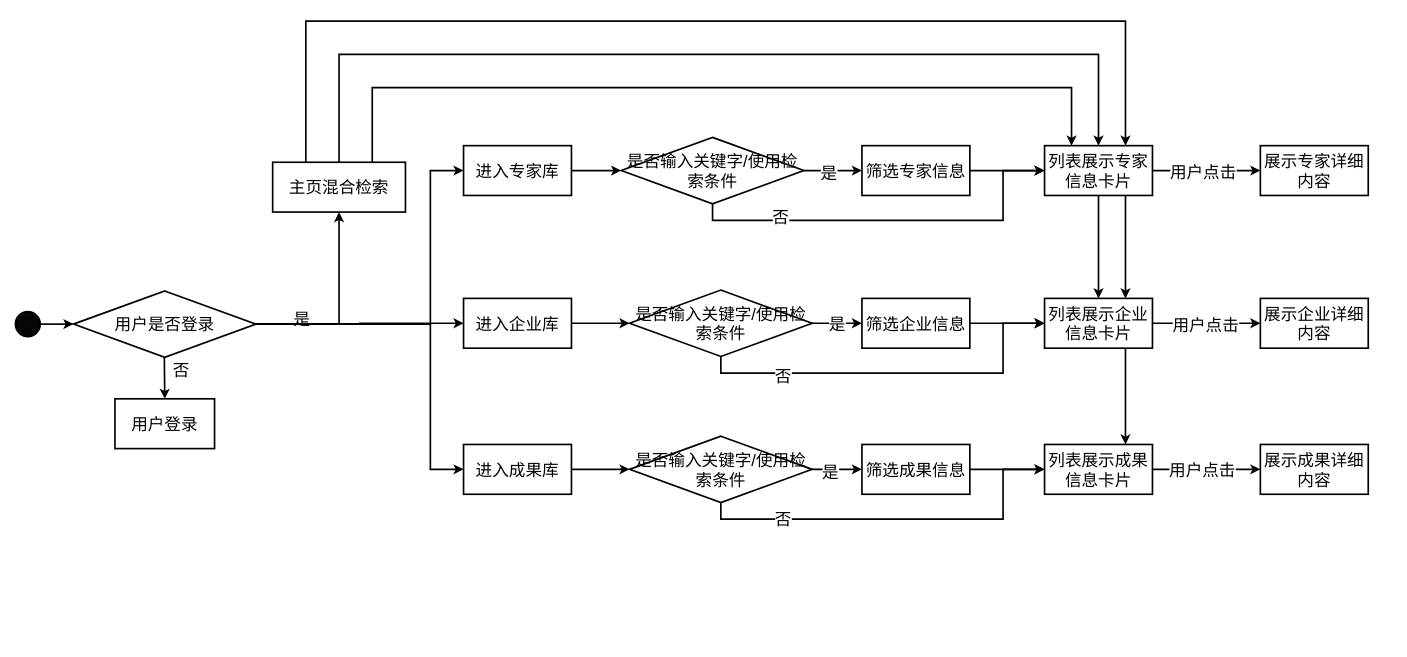
Before: 2024-BUAA-SE/需求规格书/信息检索模块-业务流程.drawio in jongsh/drawio, a draw.io diagram. Source tidied: cells renumbered, new cells numbered last; positions are measured from the earlier drawing's top-left corner, leaving out a move shared by most shapes. Both pictures are drawn from the tidied source at 83%, with x=0, y=0 at pixel (15, 21).
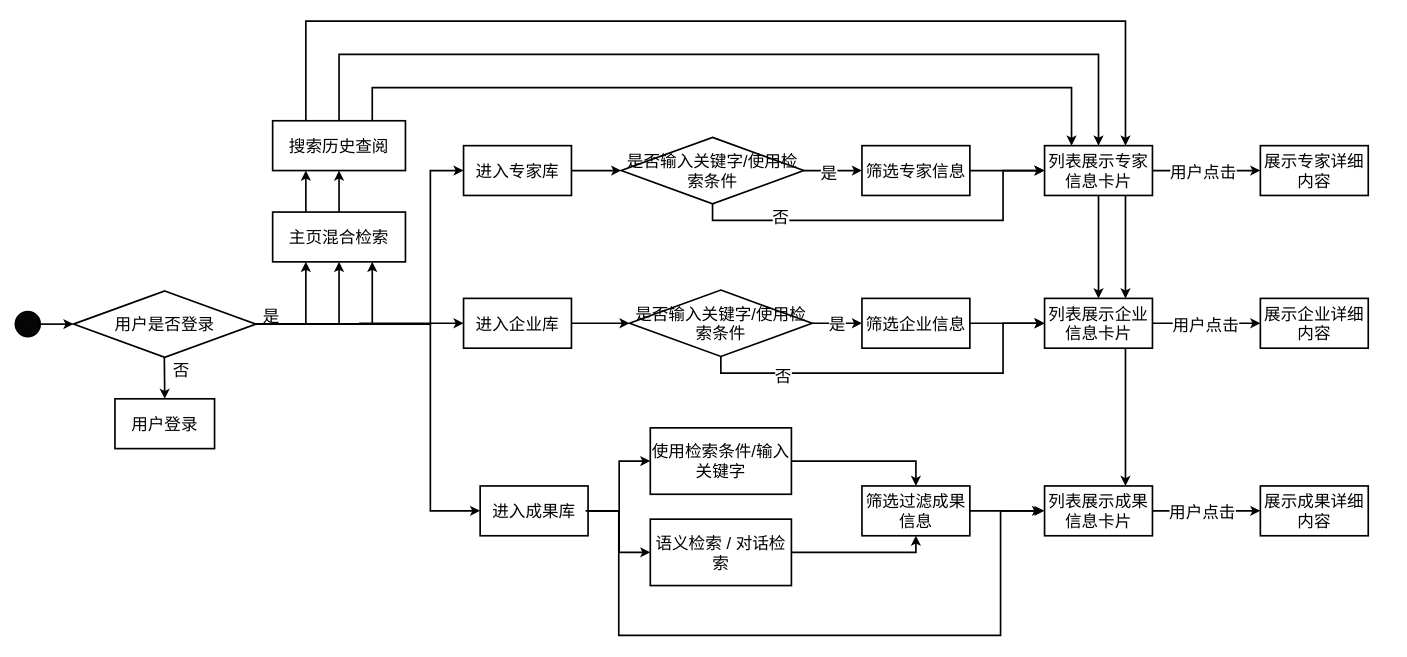
The same page after the edit.

Commit message:
更新信息检索模块-业务流程.drawio

The change refers to these unchanged cells:
```xml
<mxCell id="8" value="&lt;font style=&quot;font-size: 20px;&quot;&gt;用户是否登录&lt;/font&gt;" style="rhombus;whiteSpace=wrap;html=1;strokeWidth=2;fontSize=20;" parent="1" vertex="1">
  <mxGeometry x="70" y="325" width="220" height="80" as="geometry" />
</mxCell>
<mxCell id="21" value="&lt;font style=&quot;font-size: 20px;&quot;&gt;进入成果库&lt;/font&gt;" style="rounded=0;whiteSpace=wrap;html=1;strokeWidth=2;fontSize=20;" parent="20" vertex="1">
  <mxGeometry width="130" height="60" as="geometry" />
</mxCell>
<mxCell id="48" value="&lt;font style=&quot;font-size: 20px;&quot;&gt;列表展示成果信息卡片&lt;/font&gt;" style="rounded=0;whiteSpace=wrap;html=1;strokeWidth=2;fontSize=20;" parent="47" vertex="1">
  <mxGeometry width="130" height="60" as="geometry" />
</mxCell>
```

Change to the diagram source:
```diff
@@
-    <mxCell id="4" style="edgeStyle=orthogonalEdgeStyle;rounded=0;jettySize=auto;html=1;exitX=1;exitY=0.5;exitDx=0;exitDy=0;entryX=0.5;entryY=1;entryDx=0;entryDy=0;fontSize=20;strokeWidth=2;" parent="1" edge="1" source="8" target="15">
-      <mxGeometry relative="1" as="geometry" />
-    </mxCell>
-    <mxCell id="5" value="是" style="edgeLabel;html=1;align=center;verticalAlign=middle;fontSize=20;" parent="4" vertex="1">
-      <mxGeometry x="-0.55" y="8" relative="1" as="geometry">
-        <mxPoint x="1" as="offset" />
-      </mxGeometry>
-    </mxCell>
+    <mxCell id="7" style="edgeStyle=orthogonalEdgeStyle;rounded=0;orthogonalLoop=1;jettySize=auto;html=1;exitX=1;exitY=0.5;exitDx=0;exitDy=0;entryX=0;entryY=0.5;entryDx=0;entryDy=0;fontSize=20;strokeWidth=2;" parent="1" edge="1">
+      <mxGeometry relative="1" as="geometry">
+        <mxPoint x="290" y="365" as="sourcePoint" />
+        <mxPoint x="540" y="180" as="targetPoint" />
+        <Array as="points">
+          <mxPoint x="500" y="365" />
+          <mxPoint x="500" y="180" />
+        </Array>
+      </mxGeometry>
+    </mxCell>
-    <mxCell id="6" style="edgeStyle=orthogonalEdgeStyle;rounded=0;jettySize=auto;html=1;exitX=1;exitY=0.5;exitDx=0;exitDy=0;entryX=0;entryY=0.5;entryDx=0;entryDy=0;fontSize=20;strokeWidth=2;" parent="1" edge="1" source="8" target="21">
+    <mxCell id="6" style="edgeStyle=orthogonalEdgeStyle;rounded=0;jettySize=auto;html=1;exitX=1;exitY=0.5;exitDx=0;exitDy=0;entryX=0;entryY=0.5;entryDx=0;entryDy=0;strokeWidth=2;" parent="1" edge="1" source="8" target="21">
       <mxGeometry relative="1" as="geometry">
         <Array as="points">
           <mxPoint x="500" y="365" />
-          <mxPoint x="500" y="540" />
+          <mxPoint x="500" y="590" />
         </Array>
       </mxGeometry>
     </mxCell>
-    <mxCell id="7" style="edgeStyle=orthogonalEdgeStyle;rounded=0;orthogonalLoop=1;jettySize=auto;html=1;exitX=1;exitY=0.5;exitDx=0;exitDy=0;entryX=0;entryY=0.5;entryDx=0;entryDy=0;fontSize=20;strokeWidth=2;" parent="1" edge="1">
-      <mxGeometry relative="1" as="geometry">
-        <mxPoint x="290" y="365" as="sourcePoint" />
-        <mxPoint x="540" y="180" as="targetPoint" />
-        <Array as="points">
-          <mxPoint x="500" y="365" />
-          <mxPoint x="500" y="180" />
-        </Array>
-      </mxGeometry>
-    </mxCell>
+    <mxCell id="73" value="&lt;font style=&quot;font-size: 20px;&quot;&gt;是&lt;/font&gt;" style="edgeLabel;html=1;align=center;verticalAlign=middle;" parent="6" vertex="1">
+      <mxGeometry x="-0.93" y="11" relative="1" as="geometry" />
+    </mxCell>
+    <mxCell id="74" style="edgeStyle=orthogonalEdgeStyle;rounded=0;jettySize=auto;html=1;exitX=1;exitY=0.5;exitDx=0;exitDy=0;entryX=0.5;entryY=1;entryDx=0;entryDy=0;strokeWidth=2;" parent="1" edge="1" source="8" target="85">
+      <mxGeometry relative="1" as="geometry" />
+    </mxCell>
+    <mxCell id="75" style="edgeStyle=orthogonalEdgeStyle;rounded=0;jettySize=auto;html=1;exitX=1;exitY=0.5;exitDx=0;exitDy=0;entryX=0.25;entryY=1;entryDx=0;entryDy=0;strokeWidth=2;" parent="1" edge="1" source="8" target="85">
+      <mxGeometry relative="1" as="geometry" />
+    </mxCell>
+    <mxCell id="76" style="edgeStyle=orthogonalEdgeStyle;rounded=0;jettySize=auto;html=1;exitX=1;exitY=0.5;exitDx=0;exitDy=0;entryX=0.75;entryY=1;entryDx=0;entryDy=0;strokeWidth=2;" parent="1" edge="1" source="8" target="85">
+      <mxGeometry relative="1" as="geometry" />
+    </mxCell>
@@
     <mxCell id="14" style="group;strokeWidth=2;fontSize=20;" parent="1" vertex="1">
-      <mxGeometry x="310" y="170" width="160" height="60" as="geometry" />
+      <mxGeometry x="310" y="120" width="160" height="60" as="geometry" />
     </mxCell>
-    <mxCell id="15" value="&lt;font style=&quot;font-size: 20px;&quot;&gt;主页混合检索&lt;/font&gt;" style="rounded=0;whiteSpace=wrap;html=1;strokeWidth=2;fontSize=20;" parent="14" vertex="1">
+    <mxCell id="15" value="&lt;font style=&quot;font-size: 20px;&quot;&gt;搜索历史查阅&lt;/font&gt;" style="rounded=0;whiteSpace=wrap;html=1;strokeWidth=2;fontSize=20;" parent="14" vertex="1">
       <mxGeometry width="160" height="60" as="geometry" />
     </mxCell>
@@
     <mxCell id="20" style="group;strokeWidth=2;fontSize=20;" parent="1" vertex="1">
-      <mxGeometry x="540" y="510" width="160" height="60" as="geometry" />
+      <mxGeometry x="560" y="560" width="160" height="60" as="geometry" />
     </mxCell>
@@
-    <mxCell id="32" style="edgeStyle=orthogonalEdgeStyle;rounded=0;jettySize=auto;html=1;exitX=1;exitY=0.5;exitDx=0;exitDy=0;entryX=0;entryY=0.5;entryDx=0;entryDy=0;fontSize=20;strokeWidth=2;" parent="1" edge="1" source="36" target="42">
-      <mxGeometry relative="1" as="geometry" />
-    </mxCell>
-    <mxCell id="33" value="是" style="edgeLabel;html=1;align=center;verticalAlign=middle;fontSize=20;" parent="32" vertex="1">
-      <mxGeometry x="-0.29" y="-2" relative="1" as="geometry" />
-    </mxCell>
-    <mxCell id="34" style="edgeStyle=orthogonalEdgeStyle;rounded=0;jettySize=auto;html=1;exitX=0.5;exitY=1;exitDx=0;exitDy=0;entryX=0;entryY=0.5;entryDx=0;entryDy=0;fontSize=20;strokeWidth=2;" parent="1" edge="1" source="36" target="48">
-      <mxGeometry relative="1" as="geometry">
-        <Array as="points">
-          <mxPoint x="850" y="600" />
-          <mxPoint x="1190" y="600" />
-          <mxPoint x="1190" y="540" />
-        </Array>
-      </mxGeometry>
-    </mxCell>
-    <mxCell id="35" value="否" style="edgeLabel;html=1;align=center;verticalAlign=middle;fontSize=20;" parent="34" vertex="1">
-      <mxGeometry x="-0.6" y="1" relative="1" as="geometry" />
-    </mxCell>
-    <mxCell id="36" value="&lt;font style=&quot;font-size: 20px;&quot;&gt;是否输入关键字/使用检索条件&lt;/font&gt;" style="rhombus;whiteSpace=wrap;html=1;strokeWidth=2;fontSize=20;" parent="1" vertex="1">
-      <mxGeometry x="740" y="500" width="220" height="80" as="geometry" />
-    </mxCell>
@@
     <mxCell id="41" style="group;strokeWidth=2;fontSize=20;" parent="1" vertex="1">
-      <mxGeometry x="1020" y="510" width="160" height="60" as="geometry" />
+      <mxGeometry x="1020" y="560" width="160" height="60" as="geometry" />
     </mxCell>
-    <mxCell id="42" value="&lt;font style=&quot;font-size: 20px;&quot;&gt;筛选成果信息&lt;/font&gt;" style="rounded=0;whiteSpace=wrap;html=1;strokeWidth=2;fontSize=20;" parent="41" vertex="1">
+    <mxCell id="42" value="&lt;font style=&quot;font-size: 20px;&quot;&gt;筛选过滤成果信息&lt;/font&gt;" style="rounded=0;whiteSpace=wrap;html=1;strokeWidth=2;fontSize=20;" parent="41" vertex="1">
       <mxGeometry width="130" height="60" as="geometry" />
     </mxCell>
@@
     <mxCell id="47" style="group;strokeWidth=2;fontSize=20;" parent="1" vertex="1">
-      <mxGeometry x="1240" y="510" width="160" height="60" as="geometry" />
+      <mxGeometry x="1240" y="560" width="160" height="60" as="geometry" />
     </mxCell>
@@
     <mxCell id="53" style="group;strokeWidth=2;fontSize=20;" parent="1" vertex="1">
-      <mxGeometry x="1500" y="510" width="160" height="60" as="geometry" />
+      <mxGeometry x="1500" y="560" width="160" height="60" as="geometry" />
     </mxCell>
@@
-    <mxCell id="58" style="edgeStyle=orthogonalEdgeStyle;rounded=0;jettySize=auto;html=1;exitX=1;exitY=0.5;exitDx=0;exitDy=0;entryX=0;entryY=0.5;entryDx=0;entryDy=0;fontSize=20;strokeWidth=2;" parent="1" edge="1" source="21" target="36">
-      <mxGeometry relative="1" as="geometry" />
-    </mxCell>
@@
+    <mxCell id="77" style="edgeStyle=orthogonalEdgeStyle;rounded=0;jettySize=auto;html=1;exitX=1;exitY=0.5;exitDx=0;exitDy=0;entryX=0.5;entryY=0;entryDx=0;entryDy=0;fontSize=20;strokeWidth=2;" parent="1" edge="1" source="78" target="42">
+      <mxGeometry relative="1" as="geometry" />
+    </mxCell>
+    <mxCell id="78" value="&lt;font style=&quot;font-size: 20px;&quot;&gt;使用检索条件/输入关键字&lt;/font&gt;" style="rounded=0;whiteSpace=wrap;html=1;strokeWidth=2;fontSize=20;" parent="1" vertex="1">
+      <mxGeometry x="765" y="490" width="170" height="80" as="geometry" />
+    </mxCell>
+    <mxCell id="79" style="edgeStyle=orthogonalEdgeStyle;rounded=0;jettySize=auto;html=1;exitX=1;exitY=0.5;exitDx=0;exitDy=0;entryX=0.5;entryY=1;entryDx=0;entryDy=0;fontSize=20;strokeWidth=2;" parent="1" edge="1" source="80" target="42">
+      <mxGeometry relative="1" as="geometry" />
+    </mxCell>
+    <mxCell id="80" value="&lt;font style=&quot;font-size: 20px;&quot;&gt;语义检索 / 对话检索&lt;/font&gt;" style="rounded=0;whiteSpace=wrap;html=1;strokeWidth=2;fontSize=20;" parent="1" vertex="1">
+      <mxGeometry x="765" y="600" width="170" height="80" as="geometry" />
+    </mxCell>
+    <mxCell id="81" style="edgeStyle=orthogonalEdgeStyle;rounded=0;jettySize=auto;html=1;exitX=1;exitY=0.5;exitDx=0;exitDy=0;entryX=0;entryY=0.5;entryDx=0;entryDy=0;fontSize=20;strokeWidth=2;" parent="1" edge="1" source="21" target="78">
+      <mxGeometry relative="1" as="geometry" />
+    </mxCell>
+    <mxCell id="82" style="edgeStyle=orthogonalEdgeStyle;rounded=0;jettySize=auto;html=1;exitX=1;exitY=0.5;exitDx=0;exitDy=0;entryX=0;entryY=0.5;entryDx=0;entryDy=0;fontSize=20;strokeWidth=2;" parent="1" edge="1" source="21" target="80">
+      <mxGeometry relative="1" as="geometry" />
+    </mxCell>
+    <mxCell id="83" style="edgeStyle=orthogonalEdgeStyle;rounded=0;orthogonalLoop=1;jettySize=auto;html=1;exitX=1;exitY=0.5;exitDx=0;exitDy=0;entryX=0;entryY=0.5;entryDx=0;entryDy=0;fontSize=20;strokeWidth=2;" parent="1" edge="1">
+      <mxGeometry relative="1" as="geometry">
+        <mxPoint x="687" y="590" as="sourcePoint" />
+        <mxPoint x="1237" y="590" as="targetPoint" />
+        <Array as="points">
+          <mxPoint x="727" y="590" />
+          <mxPoint x="727" y="740" />
+          <mxPoint x="1187" y="740" />
+          <mxPoint x="1187" y="590" />
+        </Array>
+      </mxGeometry>
+    </mxCell>
+    <mxCell id="84" style="group;strokeWidth=2;fontSize=20;" parent="1" vertex="1">
+      <mxGeometry x="310" y="230" width="160" height="60" as="geometry" />
+    </mxCell>
+    <mxCell id="85" value="&lt;font style=&quot;font-size: 20px;&quot;&gt;主页混合检索&lt;/font&gt;" style="rounded=0;whiteSpace=wrap;html=1;strokeWidth=2;fontSize=20;" parent="84" vertex="1">
+      <mxGeometry width="160" height="60" as="geometry" />
+    </mxCell>
+    <mxCell id="86" style="edgeStyle=orthogonalEdgeStyle;rounded=0;jettySize=auto;html=1;exitX=0.25;exitY=0;exitDx=0;exitDy=0;entryX=0.25;entryY=1;entryDx=0;entryDy=0;strokeWidth=2;" parent="1" edge="1" source="85" target="15">
+      <mxGeometry relative="1" as="geometry" />
+    </mxCell>
+    <mxCell id="87" style="edgeStyle=orthogonalEdgeStyle;rounded=0;jettySize=auto;html=1;exitX=0.5;exitY=0;exitDx=0;exitDy=0;entryX=0.5;entryY=1;entryDx=0;entryDy=0;strokeWidth=2;" parent="1" edge="1" source="85" target="15">
+      <mxGeometry relative="1" as="geometry" />
+    </mxCell>
```
